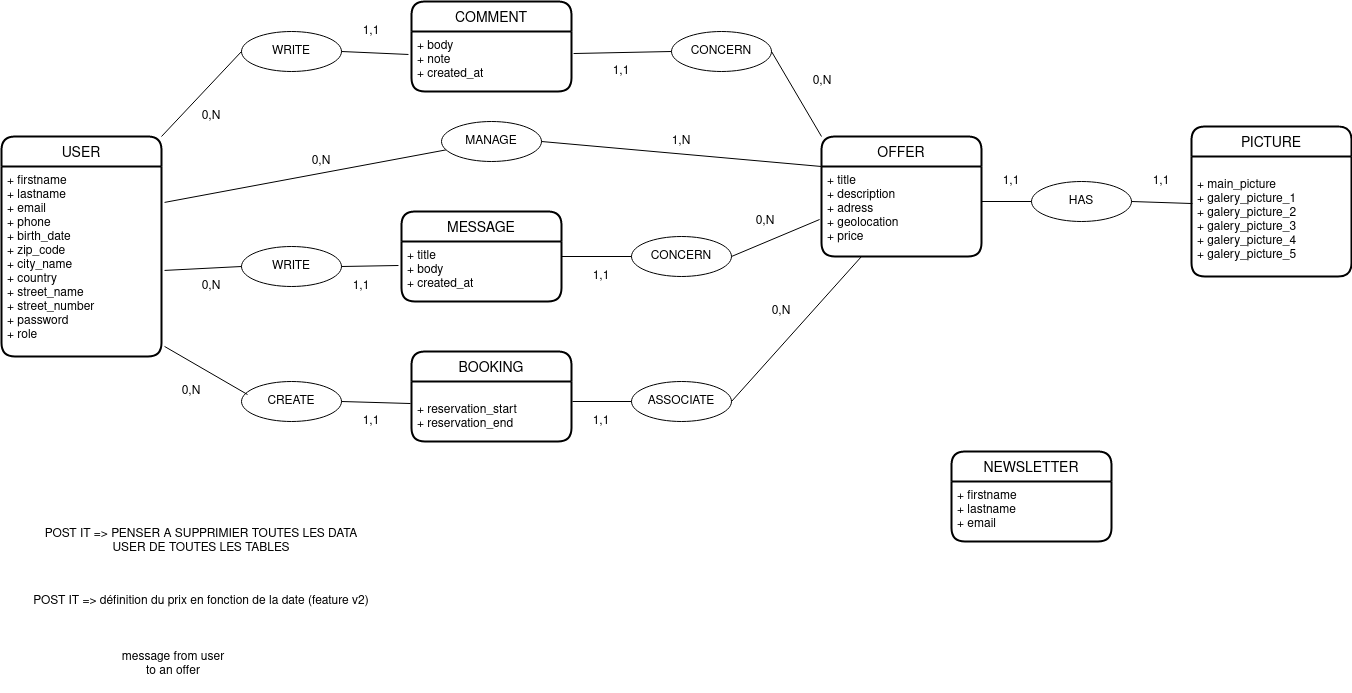
Before: docs/mcd.png, a diagram exported from draw.io (AllisonRenaud/projet-fin-formation). Source tidied: cells renumbered, new cells last; positions are measured from the earlier drawing's top-left corner, leaving out a move shared by most shapes.
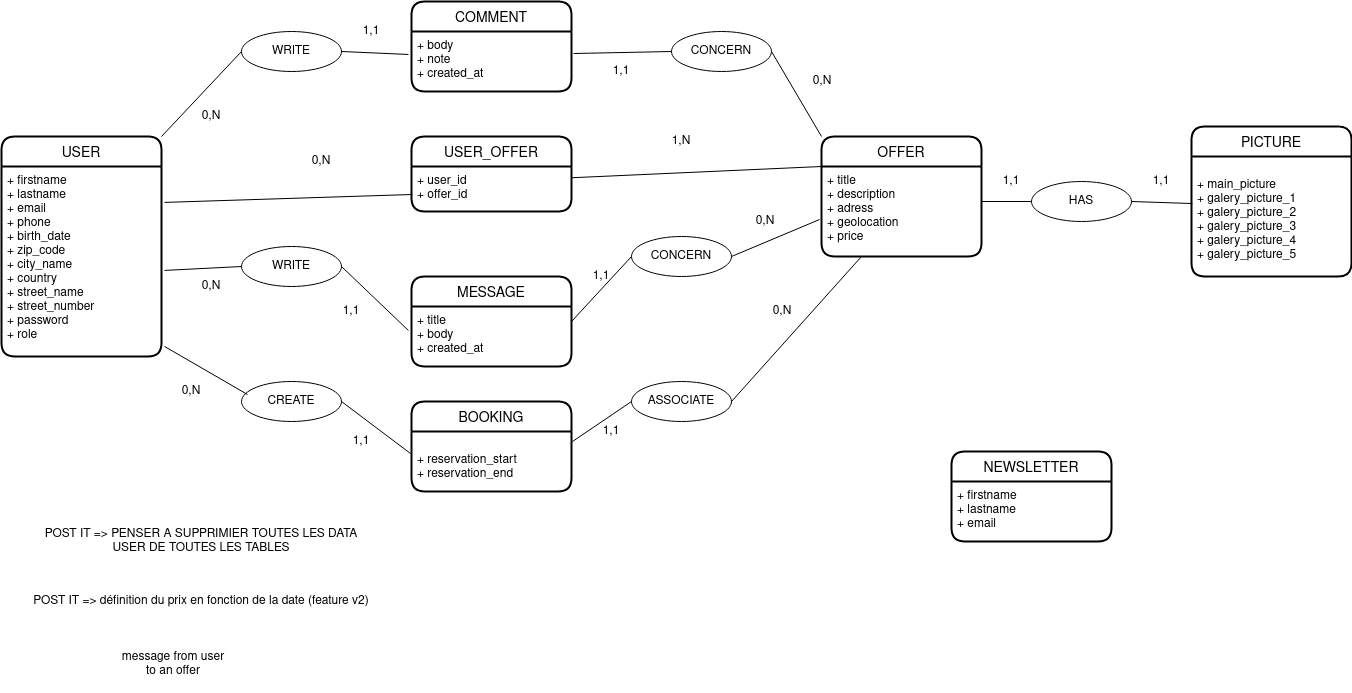
After the commit.

What changed in the source:
```diff
@@ -15,7 +15,7 @@
       <mxGeometry y="30" width="160" height="90" as="geometry" />
     </mxCell>
     <mxCell id="6" value="BOOKING" style="swimlane;horizontal=1;startSize=30;rounded=1;fontSize=14;fontStyle=0;strokeWidth=2;shadow=0;dashed=0;align=center;" parent="1" vertex="1">
-      <mxGeometry x="410" y="350" width="160" height="90" as="geometry" />
+      <mxGeometry x="410" y="400" width="160" height="90" as="geometry" />
     </mxCell>
     <mxCell id="7" value="&#10;+ reservation_start&#10;+ reservation_end" style="align=left;strokeColor=none;fillColor=none;spacingLeft=4;fontSize=12;verticalAlign=top;" parent="6" vertex="1">
       <mxGeometry y="30" width="160" height="60" as="geometry" />
@@ -45,7 +45,7 @@
       <mxGeometry x="25" y="590" width="350" height="20" as="geometry" />
     </mxCell>
     <mxCell id="16" value="MESSAGE" style="swimlane;horizontal=1;startSize=30;rounded=1;fontSize=14;fontStyle=0;strokeWidth=2;shadow=0;dashed=0;align=center;" parent="1" vertex="1">
-      <mxGeometry x="400" y="210" width="160" height="90" as="geometry" />
+      <mxGeometry x="410" y="275" width="160" height="90" as="geometry" />
     </mxCell>
     <mxCell id="17" value="+ title&#10;+ body&#10;+ created_at&#10;" style="align=left;strokeColor=none;fillColor=none;spacingLeft=4;fontSize=12;verticalAlign=top;" parent="16" vertex="1">
       <mxGeometry y="30" width="160" height="60" as="geometry" />
@@ -82,13 +82,11 @@
     </mxCell>
     <mxCell id="28" style="endArrow=none;html=1;entryX=0;entryY=0.5;entryDx=0;entryDy=0;" parent="1" edge="1" target="23">
       <mxGeometry relative="1" as="geometry">
-        <mxPoint x="571" y="400" as="sourcePoint" />
+        <mxPoint x="571" y="440" as="sourcePoint" />
       </mxGeometry>
     </mxCell>
-    <mxCell id="29" style="endArrow=none;html=1;entryX=0;entryY=0.5;entryDx=0;entryDy=0;" parent="1" edge="1" target="25">
-      <mxGeometry relative="1" as="geometry">
-        <mxPoint x="560" y="255" as="sourcePoint" />
-      </mxGeometry>
+    <mxCell id="29" style="endArrow=none;html=1;entryX=0;entryY=0.5;entryDx=0;entryDy=0;exitX=1;exitY=0.5;exitDx=0;exitDy=0;" parent="1" edge="1" source="16" target="25">
+      <mxGeometry relative="1" as="geometry" />
     </mxCell>
     <mxCell id="30" style="endArrow=none;html=1;exitX=1.013;exitY=0.367;exitDx=0;exitDy=0;exitPerimeter=0;entryX=0;entryY=0.5;entryDx=0;entryDy=0;" parent="1" edge="1" source="9" target="20">
       <mxGeometry relative="1" as="geometry" />
@@ -127,16 +125,16 @@
       <mxGeometry x="580" y="265" width="40" height="20" as="geometry" />
     </mxCell>
     <mxCell id="42" value="1,1" style="text;html=1;strokeColor=none;fillColor=none;align=center;verticalAlign=middle;whiteSpace=wrap;rounded=0;" parent="1" vertex="1">
-      <mxGeometry x="580" y="410" width="40" height="20" as="geometry" />
+      <mxGeometry x="590" y="420" width="40" height="20" as="geometry" />
     </mxCell>
     <mxCell id="43" value="1,1" style="text;html=1;strokeColor=none;fillColor=none;align=center;verticalAlign=middle;whiteSpace=wrap;rounded=0;" parent="1" vertex="1">
-      <mxGeometry x="350" y="410" width="40" height="20" as="geometry" />
+      <mxGeometry x="340" y="430" width="40" height="20" as="geometry" />
     </mxCell>
     <mxCell id="44" value="0,N" style="text;html=1;strokeColor=none;fillColor=none;align=center;verticalAlign=middle;whiteSpace=wrap;rounded=0;" parent="1" vertex="1">
       <mxGeometry x="170" y="380" width="40" height="20" as="geometry" />
     </mxCell>
     <mxCell id="45" value="1,1" style="text;html=1;strokeColor=none;fillColor=none;align=center;verticalAlign=middle;whiteSpace=wrap;rounded=0;" parent="1" vertex="1">
-      <mxGeometry x="340" y="275" width="40" height="20" as="geometry" />
+      <mxGeometry x="330" y="300" width="40" height="20" as="geometry" />
     </mxCell>
     <mxCell id="46" value="0,N" style="text;html=1;strokeColor=none;fillColor=none;align=center;verticalAlign=middle;whiteSpace=wrap;rounded=0;" parent="1" vertex="1">
       <mxGeometry x="190" y="275" width="40" height="20" as="geometry" />
@@ -157,18 +155,15 @@
       <mxGeometry x="990" y="170" width="40" height="20" as="geometry" />
     </mxCell>
     <mxCell id="52" value="0,N" style="text;html=1;strokeColor=none;fillColor=none;align=center;verticalAlign=middle;whiteSpace=wrap;rounded=0;" parent="1" vertex="1">
-      <mxGeometry x="760" y="300" width="40" height="20" as="geometry" />
+      <mxGeometry x="761" y="300" width="40" height="20" as="geometry" />
     </mxCell>
     <mxCell id="53" value="0,N" style="text;html=1;strokeColor=none;fillColor=none;align=center;verticalAlign=middle;whiteSpace=wrap;rounded=0;" parent="1" vertex="1">
       <mxGeometry x="744" y="210" width="40" height="20" as="geometry" />
     </mxCell>
-    <mxCell id="54" style="endArrow=none;html=1;exitX=1.019;exitY=0.189;exitDx=0;exitDy=0;exitPerimeter=0;" parent="1" edge="1" source="3" target="55">
+    <mxCell id="54" style="endArrow=none;html=1;exitX=1.019;exitY=0.189;exitDx=0;exitDy=0;exitPerimeter=0;entryX=0.006;entryY=0.622;entryDx=0;entryDy=0;entryPerimeter=0;" parent="1" edge="1" source="3" target="60">
       <mxGeometry relative="1" as="geometry" />
     </mxCell>
-    <mxCell id="55" value="MANAGE" style="ellipse;whiteSpace=wrap;html=1;align=center;" parent="1" vertex="1">
-      <mxGeometry x="440" y="120" width="100" height="40" as="geometry" />
-    </mxCell>
-    <mxCell id="56" style="endArrow=none;html=1;exitX=1;exitY=0.5;exitDx=0;exitDy=0;entryX=0;entryY=0.25;entryDx=0;entryDy=0;" parent="1" edge="1" source="55" target="4">
+    <mxCell id="56" style="endArrow=none;html=1;exitX=1;exitY=0.25;exitDx=0;exitDy=0;entryX=0;entryY=0.25;entryDx=0;entryDy=0;" parent="1" edge="1" source="60" target="4">
       <mxGeometry relative="1" as="geometry" />
     </mxCell>
     <mxCell id="57" value="1,N" style="text;html=1;strokeColor=none;fillColor=none;align=center;verticalAlign=middle;whiteSpace=wrap;rounded=0;" parent="1" vertex="1">
@@ -177,5 +172,11 @@
     <mxCell id="58" value="0,N" style="text;html=1;strokeColor=none;fillColor=none;align=center;verticalAlign=middle;whiteSpace=wrap;rounded=0;" parent="1" vertex="1">
       <mxGeometry x="300" y="150" width="40" height="20" as="geometry" />
     </mxCell>
+    <mxCell id="59" value="USER_OFFER" style="swimlane;horizontal=1;startSize=30;rounded=1;fontSize=14;fontStyle=0;strokeWidth=2;shadow=0;dashed=0;align=center;" parent="1" vertex="1">
+      <mxGeometry x="410" y="135" width="160" height="75" as="geometry" />
+    </mxCell>
+    <mxCell id="60" value="+ user_id&#10;+ offer_id" style="align=left;strokeColor=none;fillColor=none;spacingLeft=4;fontSize=12;verticalAlign=top;" parent="59" vertex="1">
+      <mxGeometry y="30" width="160" height="45" as="geometry" />
+    </mxCell>
   </root>
 </mxGraphModel>
```
